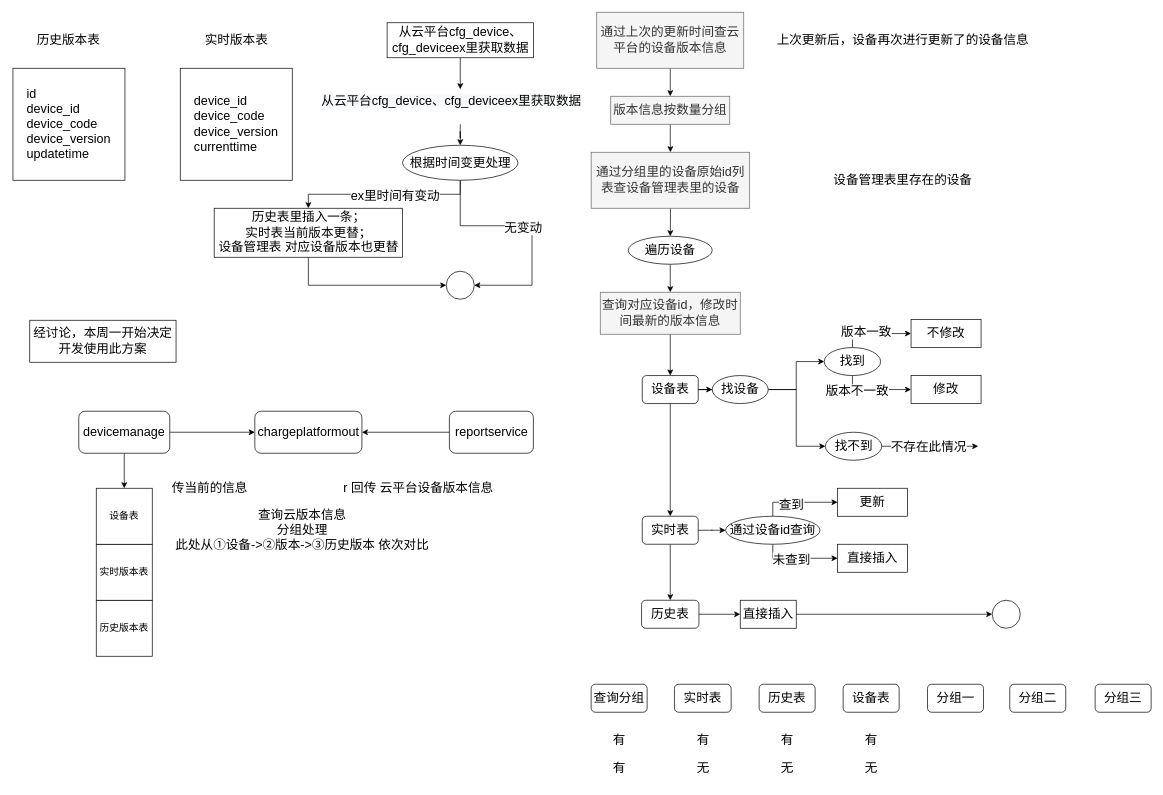
Earlier version of the draw.io diagram 2022.11/定时任务-保存版本.drawio (MxdGff/ImageStorge). Source tidied: cells renumbered, new cells numbered last; positions are measured from the earlier drawing's top-left corner, leaving out a move shared by most shapes. Both pictures are drawn from the tidied source at 70%, with x=0, y=0 at pixel (13, 12).
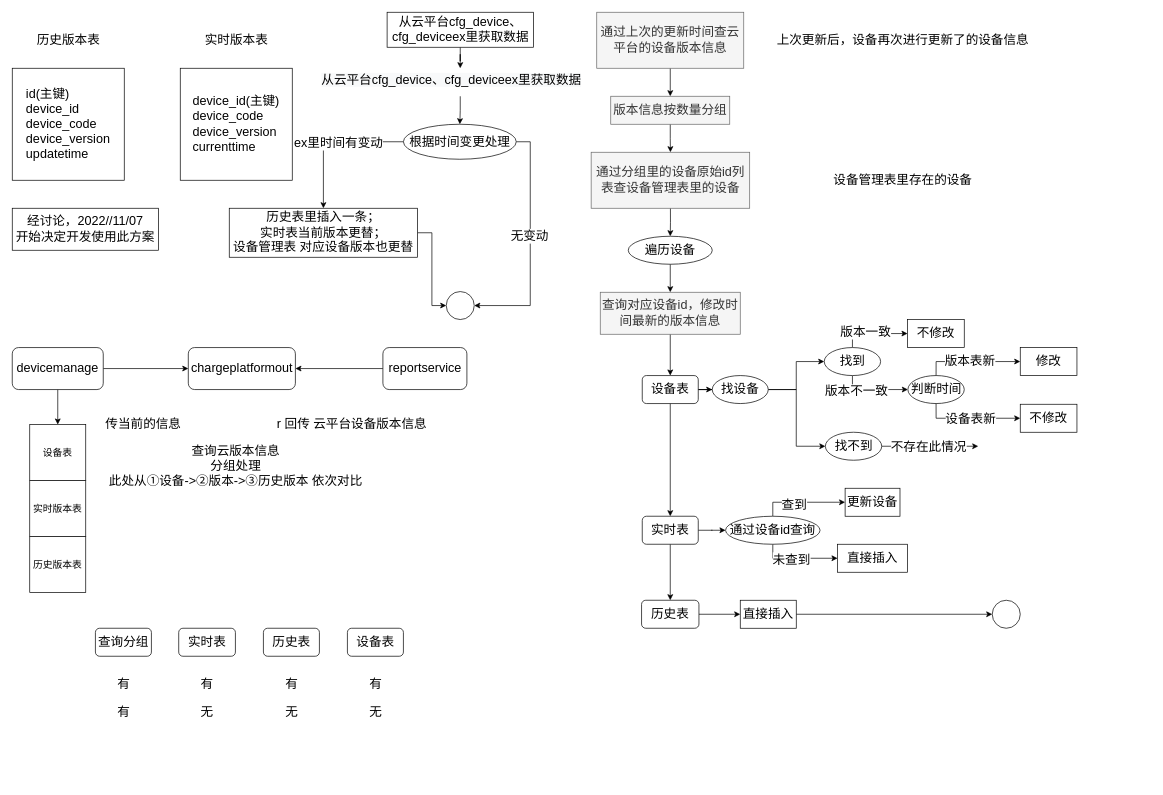
Above is the later version.

Commit message (it also covers changes not shown here):
更新定时任务-保存版本.drawio

Unchanged cells that the change refers to:
```xml
<mxCell id="54" value="&lt;font style=&quot;font-size: 18px;&quot;&gt;通过设备id查询&lt;/font&gt;" style="ellipse;whiteSpace=wrap;html=1;fontSize=18;" parent="1" vertex="1">
  <mxGeometry x="1018" y="720" width="135" height="40" as="geometry" />
</mxCell>
<mxCell id="62" value="找到" style="ellipse;whiteSpace=wrap;html=1;fontSize=18;" parent="1" vertex="1">
  <mxGeometry x="1159" y="479" width="80.5" height="40" as="geometry" />
</mxCell>
```

What changed in the source:
```diff
@@
-    <mxCell id="4" value="&lt;div style=&quot;text-align: justify;&quot;&gt;&lt;span style=&quot;background-color: initial;&quot;&gt;device_id&lt;/span&gt;&lt;/div&gt;&lt;div style=&quot;text-align: justify;&quot;&gt;&lt;span style=&quot;background-color: initial;&quot;&gt;device_code&lt;/span&gt;&lt;/div&gt;&lt;div style=&quot;text-align: justify;&quot;&gt;&lt;span style=&quot;background-color: initial;&quot;&gt;device_version&lt;/span&gt;&lt;/div&gt;&lt;div style=&quot;text-align: justify;&quot;&gt;&lt;span style=&quot;background-color: initial;&quot;&gt;currenttime&lt;/span&gt;&lt;/div&gt;" style="whiteSpace=wrap;html=1;fontSize=18;align=center;" parent="1" vertex="1">
+    <mxCell id="4" value="&lt;div style=&quot;text-align: justify;&quot;&gt;&lt;span style=&quot;background-color: initial;&quot;&gt;device_id(主键)&lt;/span&gt;&lt;/div&gt;&lt;div style=&quot;text-align: justify;&quot;&gt;&lt;span style=&quot;background-color: initial;&quot;&gt;device_code&lt;/span&gt;&lt;/div&gt;&lt;div style=&quot;text-align: justify;&quot;&gt;&lt;span style=&quot;background-color: initial;&quot;&gt;device_version&lt;/span&gt;&lt;/div&gt;&lt;div style=&quot;text-align: justify;&quot;&gt;&lt;span style=&quot;background-color: initial;&quot;&gt;currenttime&lt;/span&gt;&lt;/div&gt;" style="whiteSpace=wrap;html=1;fontSize=18;align=center;" parent="1" vertex="1">
       <mxGeometry x="239" y="80" width="160" height="160" as="geometry" />
     </mxCell>
-    <mxCell id="5" value="&lt;div style=&quot;text-align: justify;&quot;&gt;&lt;span style=&quot;background-color: initial;&quot;&gt;id&lt;/span&gt;&lt;/div&gt;&lt;div style=&quot;text-align: justify;&quot;&gt;&lt;span style=&quot;background-color: initial;&quot;&gt;device_id&lt;/span&gt;&lt;/div&gt;&lt;div style=&quot;text-align: justify;&quot;&gt;&lt;span style=&quot;background-color: initial;&quot;&gt;device_code&lt;/span&gt;&lt;/div&gt;&lt;div style=&quot;text-align: justify;&quot;&gt;&lt;span style=&quot;background-color: initial;&quot;&gt;device_version&lt;/span&gt;&lt;/div&gt;&lt;div style=&quot;text-align: justify;&quot;&gt;&lt;span style=&quot;background-color: initial;&quot;&gt;updatetime&lt;/span&gt;&lt;/div&gt;" style="whiteSpace=wrap;html=1;fontSize=18;align=center;" parent="1" vertex="1">
-      <mxGeometry y="80" width="160" height="160" as="geometry" />
+    <mxCell id="5" value="&lt;div style=&quot;text-align: justify;&quot;&gt;&lt;span style=&quot;background-color: initial;&quot;&gt;id(主键)&lt;/span&gt;&lt;/div&gt;&lt;div style=&quot;text-align: justify;&quot;&gt;&lt;span style=&quot;background-color: initial;&quot;&gt;device_id&lt;/span&gt;&lt;/div&gt;&lt;div style=&quot;text-align: justify;&quot;&gt;&lt;span style=&quot;background-color: initial;&quot;&gt;device_code&lt;/span&gt;&lt;/div&gt;&lt;div style=&quot;text-align: justify;&quot;&gt;&lt;span style=&quot;background-color: initial;&quot;&gt;device_version&lt;/span&gt;&lt;/div&gt;&lt;div style=&quot;text-align: justify;&quot;&gt;&lt;span style=&quot;background-color: initial;&quot;&gt;updatetime&lt;/span&gt;&lt;/div&gt;" style="whiteSpace=wrap;html=1;fontSize=18;align=center;" parent="1" vertex="1">
+      <mxGeometry x="-1" y="80" width="160" height="160" as="geometry" />
     </mxCell>
@@
     <mxCell id="7" value="从云平台cfg_device、cfg_deviceex里获取数据" style="rounded=0;whiteSpace=wrap;html=1;fontSize=18;" parent="1" vertex="1">
-      <mxGeometry x="534.5" y="15" width="209" height="50" as="geometry" />
+      <mxGeometry x="534.5" width="209" height="50" as="geometry" />
     </mxCell>
@@
     <mxCell id="9" value="&lt;span style=&quot;color: rgb(0, 0, 0); font-size: 18px; font-style: normal; font-variant-ligatures: normal; font-variant-caps: normal; font-weight: 400; letter-spacing: normal; orphans: 2; text-align: center; text-indent: 0px; text-transform: none; widows: 2; word-spacing: 0px; -webkit-text-stroke-width: 0px; background-color: rgb(248, 249, 250); text-decoration-thickness: initial; text-decoration-style: initial; text-decoration-color: initial; float: none; display: inline !important;&quot;&gt;从云平台cfg_device、cfg_deviceex里获取数据&lt;/span&gt;" style="text;whiteSpace=wrap;html=1;fontSize=18;" parent="1" vertex="1">
-      <mxGeometry x="439" y="110" width="400" height="50" as="geometry" />
+      <mxGeometry x="439" y="80" width="400" height="40" as="geometry" />
     </mxCell>
-    <mxCell id="10" style="edgeStyle=orthogonalEdgeStyle;rounded=0;jettySize=auto;html=1;exitX=0.5;exitY=1;exitDx=0;exitDy=0;fontFamily=Helvetica;fontSize=18;" parent="1" edge="1" source="14" target="17">
+    <mxCell id="10" style="edgeStyle=orthogonalEdgeStyle;rounded=0;jettySize=auto;html=1;exitX=0;exitY=0.5;exitDx=0;exitDy=0;fontFamily=Helvetica;fontSize=18;" parent="1" edge="1" source="14" target="17">
       <mxGeometry relative="1" as="geometry" />
     </mxCell>
@@
-    <mxCell id="12" style="edgeStyle=orthogonalEdgeStyle;rounded=0;jettySize=auto;html=1;exitX=0.5;exitY=1;exitDx=0;exitDy=0;entryX=1;entryY=0.5;entryDx=0;entryDy=0;fontFamily=Helvetica;fontSize=18;" parent="1" edge="1" source="14" target="15">
+    <mxCell id="12" style="edgeStyle=orthogonalEdgeStyle;rounded=0;jettySize=auto;html=1;exitX=1;exitY=0.5;exitDx=0;exitDy=0;entryX=1;entryY=0.5;entryDx=0;entryDy=0;fontFamily=Helvetica;fontSize=18;" parent="1" edge="1" source="14" target="15">
       <mxGeometry relative="1" as="geometry" />
     </mxCell>
@@
     <mxCell id="14" value="根据时间变更处理" style="ellipse;whiteSpace=wrap;html=1;fontSize=18;" parent="1" vertex="1">
-      <mxGeometry x="556.5" y="190" width="165" height="50" as="geometry" />
+      <mxGeometry x="557.8" y="160" width="161.2" height="50" as="geometry" />
     </mxCell>
     <mxCell id="15" style="ellipse;whiteSpace=wrap;html=1;fontSize=18;" parent="1" vertex="1">
-      <mxGeometry x="619" y="370" width="40" height="40" as="geometry" />
+      <mxGeometry x="619" y="399" width="40" height="40" as="geometry" />
     </mxCell>
-    <mxCell id="16" style="edgeStyle=orthogonalEdgeStyle;rounded=0;jettySize=auto;html=1;exitX=0.5;exitY=1;exitDx=0;exitDy=0;entryX=0;entryY=0.5;entryDx=0;entryDy=0;fontFamily=Helvetica;fontSize=18;" parent="1" edge="1" source="17" target="15">
+    <mxCell id="16" style="edgeStyle=orthogonalEdgeStyle;rounded=0;jettySize=auto;html=1;exitX=1;exitY=0.5;exitDx=0;exitDy=0;entryX=0;entryY=0.5;entryDx=0;entryDy=0;fontFamily=Helvetica;fontSize=18;" parent="1" edge="1" source="17" target="15">
       <mxGeometry relative="1" as="geometry" />
     </mxCell>
     <mxCell id="17" value="历史表里插入一条；&lt;br&gt;实时表当前版本更替；&lt;br&gt;设备管理表 对应设备版本也更替" style="rounded=0;whiteSpace=wrap;html=1;fontSize=18;" parent="1" vertex="1">
-      <mxGeometry x="287.5" y="280" width="269" height="70" as="geometry" />
+      <mxGeometry x="309" y="280" width="269" height="70" as="geometry" />
     </mxCell>
-    <mxCell id="18" value="经讨论，本周一开始决定开发使用此方案" style="rounded=0;whiteSpace=wrap;html=1;fontSize=18;" parent="1" vertex="1">
-      <mxGeometry x="24" y="440" width="209" height="60" as="geometry" />
+    <mxCell id="18" value="经讨论，2022//11/07&lt;br&gt;开始决定开发使用此方案" style="rounded=0;whiteSpace=wrap;html=1;fontSize=18;" parent="1" vertex="1">
+      <mxGeometry x="-1" y="280" width="209" height="60" as="geometry" />
     </mxCell>
     <mxCell id="19" value="&lt;font style=&quot;font-size: 14px;&quot;&gt;历史版本表&lt;/font&gt;" style="whiteSpace=wrap;html=1;" parent="1" vertex="1">
-      <mxGeometry x="119" y="840" width="80" height="80" as="geometry" />
+      <mxGeometry x="24" y="749" width="80" height="80" as="geometry" />
     </mxCell>
     <mxCell id="20" value="&lt;font style=&quot;font-size: 14px;&quot;&gt;实时版本表&lt;/font&gt;" style="whiteSpace=wrap;html=1;" parent="1" vertex="1">
-      <mxGeometry x="119" y="760" width="80" height="80" as="geometry" />
+      <mxGeometry x="24" y="669" width="80" height="80" as="geometry" />
     </mxCell>
     <mxCell id="21" value="&lt;font style=&quot;font-size: 14px;&quot;&gt;设备表&lt;/font&gt;" style="whiteSpace=wrap;html=1;" parent="1" vertex="1">
-      <mxGeometry x="119" y="680" width="80" height="80" as="geometry" />
+      <mxGeometry x="24" y="589" width="80" height="80" as="geometry" />
     </mxCell>
@@
     <mxCell id="23" value="&lt;font style=&quot;font-size: 18px;&quot;&gt;reportservice&lt;/font&gt;" style="rounded=1;whiteSpace=wrap;html=1;" parent="1" vertex="1">
-      <mxGeometry x="623.5" y="570" width="120" height="60" as="geometry" />
+      <mxGeometry x="528.5" y="479" width="120" height="60" as="geometry" />
     </mxCell>
     <mxCell id="24" value="&lt;font style=&quot;font-size: 18px;&quot;&gt;chargeplatformout&lt;/font&gt;" style="rounded=1;whiteSpace=wrap;html=1;" parent="1" vertex="1">
-      <mxGeometry x="345.5" y="570" width="153" height="60" as="geometry" />
+      <mxGeometry x="250.5" y="479" width="153" height="60" as="geometry" />
     </mxCell>
@@
     <mxCell id="27" value="&lt;font style=&quot;font-size: 18px;&quot;&gt;devicemanage&lt;/font&gt;" style="rounded=1;whiteSpace=wrap;html=1;" parent="1" vertex="1">
-      <mxGeometry x="94" y="570" width="130" height="60" as="geometry" />
+      <mxGeometry x="-1" y="479" width="130" height="60" as="geometry" />
     </mxCell>
     <mxCell id="28" value="r 回传 云平台设备版本信息" style="text;html=1;align=center;verticalAlign=middle;strokeColor=none;fillColor=none;fontSize=18;" parent="1" vertex="1">
-      <mxGeometry x="459" y="660" width="240" height="40" as="geometry" />
+      <mxGeometry x="364" y="569" width="240" height="40" as="geometry" />
     </mxCell>
     <mxCell id="29" value="传当前的信息" style="text;html=1;align=center;verticalAlign=middle;strokeColor=none;fillColor=none;fontSize=18;" parent="1" vertex="1">
-      <mxGeometry x="215.5" y="660" width="130" height="40" as="geometry" />
+      <mxGeometry x="120.5" y="569" width="130" height="40" as="geometry" />
     </mxCell>
     <mxCell id="30" value="查询云版本信息&lt;br&gt;分组处理&lt;br&gt;此处从①设备-&amp;gt;②版本-&amp;gt;③历史版本 依次对比" style="text;html=1;align=center;verticalAlign=middle;strokeColor=none;fillColor=none;fontSize=18;" parent="1" vertex="1">
-      <mxGeometry x="218" y="700" width="390" height="80" as="geometry" />
+      <mxGeometry x="123" y="609" width="390" height="80" as="geometry" />
     </mxCell>
@@
-    <mxCell id="50" style="edgeStyle=orthogonalEdgeStyle;rounded=0;jettySize=auto;html=1;exitX=0.5;exitY=0;exitDx=0;exitDy=0;entryX=0;entryY=0.5;entryDx=0;entryDy=0;fontSize=18;" parent="1" edge="1" source="54" target="57">
+    <mxCell id="50" style="edgeStyle=orthogonalEdgeStyle;rounded=0;jettySize=auto;html=1;exitX=0.5;exitY=0;exitDx=0;exitDy=0;fontSize=18;entryX=0;entryY=0.5;entryDx=0;entryDy=0;" parent="1" edge="1" source="54" target="57">
       <mxGeometry relative="1" as="geometry" />
     </mxCell>
@@
-    <mxCell id="57" value="&lt;span style=&quot;font-size: 18px;&quot;&gt;更新&lt;/span&gt;" style="rounded=0;whiteSpace=wrap;html=1;" parent="1" vertex="1">
-      <mxGeometry x="1178" y="680" width="100" height="40" as="geometry" />
+    <mxCell id="57" value="&lt;span style=&quot;font-size: 18px;&quot;&gt;更新设备&lt;/span&gt;" style="rounded=0;whiteSpace=wrap;html=1;" parent="1" vertex="1">
+      <mxGeometry x="1188.8" y="680" width="78.4" height="40" as="geometry" />
     </mxCell>
@@
-    <mxCell id="60" style="edgeStyle=orthogonalEdgeStyle;rounded=0;jettySize=auto;html=1;exitX=0.5;exitY=1;exitDx=0;exitDy=0;entryX=0;entryY=0.5;entryDx=0;entryDy=0;fontSize=18;" parent="1" edge="1" source="62" target="65">
+    <mxCell id="60" style="edgeStyle=orthogonalEdgeStyle;rounded=0;jettySize=auto;html=1;exitX=0.5;exitY=1;exitDx=0;exitDy=0;fontSize=18;entryX=0;entryY=0.5;entryDx=0;entryDy=0;" parent="1" edge="1" source="62" target="93">
       <mxGeometry relative="1" as="geometry" />
     </mxCell>
@@
     <mxCell id="64" value="&lt;font style=&quot;font-size: 18px;&quot;&gt;不修改&lt;/font&gt;" style="rounded=0;whiteSpace=wrap;html=1;" parent="1" vertex="1">
-      <mxGeometry x="1283" y="439" width="100" height="40" as="geometry" />
+      <mxGeometry x="1278" y="439" width="81" height="40" as="geometry" />
     </mxCell>
     <mxCell id="65" value="&lt;span style=&quot;font-size: 18px;&quot;&gt;修改&lt;/span&gt;" style="rounded=0;whiteSpace=wrap;html=1;" parent="1" vertex="1">
-      <mxGeometry x="1283" y="519" width="100" height="40" as="geometry" />
+      <mxGeometry x="1439" y="479" width="81" height="40" as="geometry" />
     </mxCell>
     <mxCell id="66" value="查询分组" style="rounded=1;whiteSpace=wrap;html=1;fontSize=18;" parent="1" vertex="1">
-      <mxGeometry x="826" y="960" width="80" height="40" as="geometry" />
+      <mxGeometry x="117.8" y="880" width="80" height="40" as="geometry" />
     </mxCell>
     <mxCell id="67" value="历史表" style="rounded=1;whiteSpace=wrap;html=1;fontSize=18;" parent="1" vertex="1">
-      <mxGeometry x="1066" y="960" width="80" height="40" as="geometry" />
+      <mxGeometry x="357.8" y="880" width="80" height="40" as="geometry" />
     </mxCell>
     <mxCell id="68" value="实时表" style="rounded=1;whiteSpace=wrap;html=1;fontSize=18;" parent="1" vertex="1">
-      <mxGeometry x="945" y="960" width="81" height="40" as="geometry" />
+      <mxGeometry x="236.8" y="880" width="81" height="40" as="geometry" />
     </mxCell>
     <mxCell id="69" value="设备表" style="rounded=1;whiteSpace=wrap;html=1;fontSize=18;" parent="1" vertex="1">
-      <mxGeometry x="1186" y="960" width="80" height="40" as="geometry" />
+      <mxGeometry x="477.8" y="880" width="80" height="40" as="geometry" />
     </mxCell>
     <mxCell id="70" value="有" style="text;html=1;align=center;verticalAlign=middle;strokeColor=none;fillColor=none;fontSize=18;" parent="1" vertex="1">
-      <mxGeometry x="1206" y="1020" width="40" height="40" as="geometry" />
+      <mxGeometry x="497.8" y="940" width="40" height="40" as="geometry" />
     </mxCell>
     <mxCell id="71" value="有" style="text;html=1;align=center;verticalAlign=middle;strokeColor=none;fillColor=none;fontSize=18;" parent="1" vertex="1">
-      <mxGeometry x="846" y="1020" width="40" height="40" as="geometry" />
+      <mxGeometry x="137.8" y="940" width="40" height="40" as="geometry" />
     </mxCell>
     <mxCell id="72" value="有" style="text;html=1;align=center;verticalAlign=middle;strokeColor=none;fillColor=none;fontSize=18;" parent="1" vertex="1">
-      <mxGeometry x="965.5" y="1020" width="40" height="40" as="geometry" />
+      <mxGeometry x="257.2" y="940" width="40" height="40" as="geometry" />
     </mxCell>
     <mxCell id="73" value="有" style="text;html=1;align=center;verticalAlign=middle;strokeColor=none;fillColor=none;fontSize=18;" parent="1" vertex="1">
-      <mxGeometry x="1086" y="1020" width="40" height="40" as="geometry" />
+      <mxGeometry x="377.8" y="940" width="40" height="40" as="geometry" />
     </mxCell>
     <mxCell id="74" value="有" style="text;html=1;align=center;verticalAlign=middle;strokeColor=none;fillColor=none;fontSize=18;" parent="1" vertex="1">
-      <mxGeometry x="846" y="1060" width="40" height="40" as="geometry" />
+      <mxGeometry x="137.8" y="980" width="40" height="40" as="geometry" />
     </mxCell>
     <mxCell id="75" value="无" style="text;html=1;align=center;verticalAlign=middle;strokeColor=none;fillColor=none;fontSize=18;" parent="1" vertex="1">
-      <mxGeometry x="1086" y="1060" width="40" height="40" as="geometry" />
+      <mxGeometry x="377.8" y="980" width="40" height="40" as="geometry" />
     </mxCell>
     <mxCell id="76" value="无" style="text;html=1;align=center;verticalAlign=middle;strokeColor=none;fillColor=none;fontSize=18;" parent="1" vertex="1">
-      <mxGeometry x="965.5" y="1060" width="40" height="40" as="geometry" />
+      <mxGeometry x="257.2" y="980" width="40" height="40" as="geometry" />
     </mxCell>
     <mxCell id="77" value="无" style="text;html=1;align=center;verticalAlign=middle;strokeColor=none;fillColor=none;fontSize=18;" parent="1" vertex="1">
-      <mxGeometry x="1206" y="1060" width="40" height="40" as="geometry" />
+      <mxGeometry x="497.8" y="980" width="40" height="40" as="geometry" />
     </mxCell>
-    <mxCell id="78" value="分组一" style="rounded=1;whiteSpace=wrap;html=1;fontSize=18;" parent="1" vertex="1">
-      <mxGeometry x="1306.5" y="960" width="80" height="40" as="geometry" />
-    </mxCell>
-    <mxCell id="79" value="分组二" style="rounded=1;whiteSpace=wrap;html=1;fontSize=18;" parent="1" vertex="1">
-      <mxGeometry x="1424" y="960" width="80" height="40" as="geometry" />
-    </mxCell>
-    <mxCell id="80" value="分组三" style="rounded=1;whiteSpace=wrap;html=1;fontSize=18;" parent="1" vertex="1">
-      <mxGeometry x="1546" y="960" width="80" height="40" as="geometry" />
-    </mxCell>
@@
+    <mxCell id="89" style="edgeStyle=orthogonalEdgeStyle;rounded=0;jettySize=auto;html=1;exitX=0.5;exitY=0;exitDx=0;exitDy=0;entryX=0;entryY=0.5;entryDx=0;entryDy=0;fontSize=14;" parent="1" edge="1" source="93" target="65">
+      <mxGeometry relative="1" as="geometry" />
+    </mxCell>
+    <mxCell id="90" value="&lt;font style=&quot;font-size: 18px;&quot;&gt;版本表新&lt;/font&gt;" style="edgeLabel;html=1;align=center;verticalAlign=middle;fontSize=14;" parent="89" vertex="1">
+      <mxGeometry x="-0.03" y="1" relative="1" as="geometry" />
+    </mxCell>
+    <mxCell id="91" style="edgeStyle=orthogonalEdgeStyle;rounded=0;jettySize=auto;html=1;exitX=0.5;exitY=1;exitDx=0;exitDy=0;entryX=0;entryY=0.5;entryDx=0;entryDy=0;fontSize=18;" parent="1" edge="1" source="93" target="94">
+      <mxGeometry relative="1" as="geometry" />
+    </mxCell>
+    <mxCell id="92" value="设备表新" style="edgeLabel;html=1;align=center;verticalAlign=middle;fontSize=18;" parent="91" vertex="1">
+      <mxGeometry x="-0.01" y="-1" relative="1" as="geometry" />
+    </mxCell>
+    <mxCell id="93" value="判断时间" style="ellipse;whiteSpace=wrap;html=1;fontSize=18;" parent="1" vertex="1">
+      <mxGeometry x="1278.5" y="519" width="80.5" height="40" as="geometry" />
+    </mxCell>
+    <mxCell id="94" value="&lt;span style=&quot;font-size: 18px;&quot;&gt;不修改&lt;/span&gt;" style="rounded=0;whiteSpace=wrap;html=1;" parent="1" vertex="1">
+      <mxGeometry x="1439" y="560" width="81" height="40" as="geometry" />
+    </mxCell>
```
